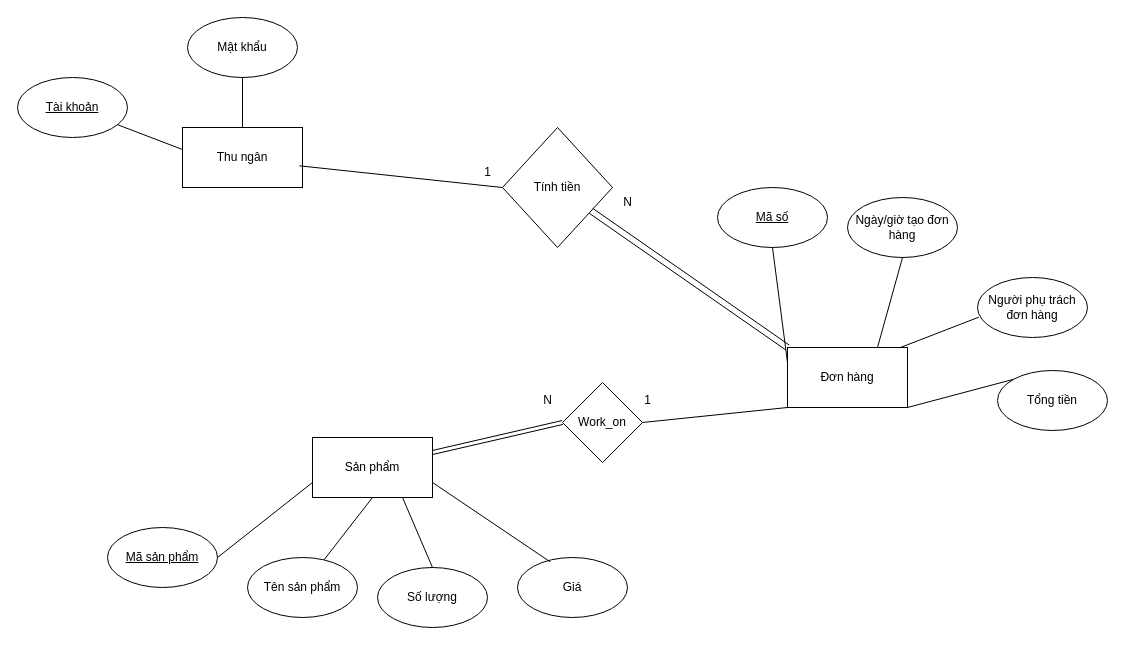
Earlier version of the draw.io diagram QuanLyNhaHang.drawio (bomnguyen1907/draw_database). Source tidied: cells renumbered, new cells numbered last; positions are measured from the earlier drawing's top-left corner, leaving out a move shared by most shapes. Both pictures are drawn from the tidied source at 100%, with x=0, y=0 at pixel (17, 17).
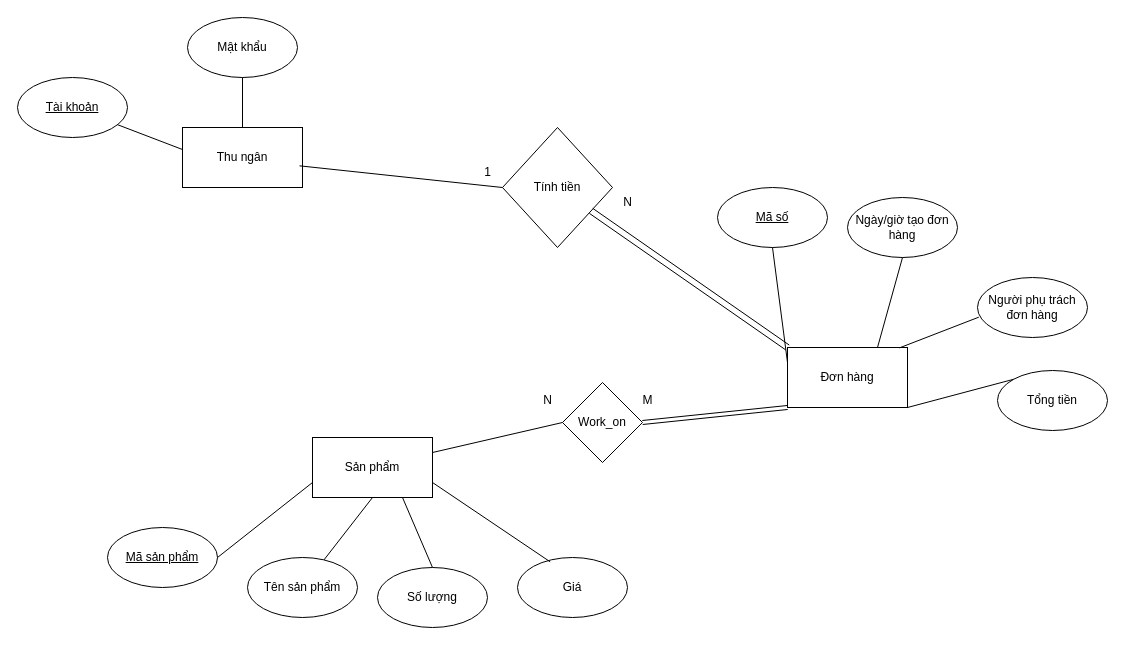
The same page after the edit.

Commit message (it also covers changes not shown here):
Cập nhật QuanLyNhaHang.drawio

The change refers to these unchanged cells:
```xml
<mxCell id="5" value="&lt;div&gt;Đơn hàng&lt;/div&gt;" style="rounded=0;whiteSpace=wrap;html=1;gradientColor=none;strokeColor=default;" parent="1" vertex="1">
  <mxGeometry x="770" y="330" width="120" height="60" as="geometry" />
</mxCell>
<mxCell id="11" value="Sản phẩm" style="rounded=0;whiteSpace=wrap;html=1;shadow=0;glass=0;strokeColor=default;strokeWidth=1;align=center;verticalAlign=middle;fontFamily=Helvetica;fontSize=12;fontColor=default;fillColor=default;" parent="1" vertex="1">
  <mxGeometry x="295" y="420" width="120" height="60" as="geometry" />
</mxCell>
<mxCell id="30" value="Work_on" style="rhombus;whiteSpace=wrap;html=1;shadow=0;glass=0;strokeColor=default;strokeWidth=1;align=center;verticalAlign=middle;fontFamily=Helvetica;fontSize=12;fontColor=default;fillColor=default;" parent="1" vertex="1">
  <mxGeometry x="545" y="365" width="80" height="80" as="geometry" />
</mxCell>
```

Change to the diagram source:
```diff
@@
-    <mxCell id="31" style="endArrow=none;html=1;rounded=0;fontFamily=Helvetica;fontSize=12;fontColor=default;shape=link;exitX=1;exitY=0.25;exitDx=0;exitDy=0;entryX=0;entryY=0.5;entryDx=0;entryDy=0;" parent="1" edge="1" source="11" target="30">
-      <mxGeometry relative="1" as="geometry" />
-    </mxCell>
-    <mxCell id="32" style="endArrow=none;html=1;rounded=0;fontFamily=Helvetica;fontSize=12;fontColor=default;exitX=1;exitY=0.5;exitDx=0;exitDy=0;entryX=0;entryY=1;entryDx=0;entryDy=0;" parent="1" edge="1" source="30" target="5">
+    <mxCell id="32" style="endArrow=none;html=1;rounded=0;fontFamily=Helvetica;fontSize=12;fontColor=default;exitX=1;exitY=0.5;exitDx=0;exitDy=0;entryX=0;entryY=1;entryDx=0;entryDy=0;shape=link;" parent="1" edge="1" source="30" target="5">
       <mxGeometry relative="1" as="geometry" />
     </mxCell>
-    <mxCell id="33" value="1" style="text;html=1;align=center;verticalAlign=middle;strokeColor=none;fillColor=none;fontFamily=Helvetica;fontSize=12;fontColor=default;" parent="1" vertex="1">
+    <mxCell id="33" value="M" style="text;html=1;align=center;verticalAlign=middle;strokeColor=none;fillColor=none;fontFamily=Helvetica;fontSize=12;fontColor=default;" parent="1" vertex="1">
       <mxGeometry x="615" y="368" width="30" height="30" as="geometry" />
     </mxCell>
@@
+    <mxCell id="31" style="endArrow=none;html=1;rounded=0;fontFamily=Helvetica;fontSize=12;fontColor=default;exitX=1;exitY=0.25;exitDx=0;exitDy=0;entryX=0;entryY=0.5;entryDx=0;entryDy=0;" parent="1" edge="1" source="11" target="30">
+      <mxGeometry relative="1" as="geometry" />
+    </mxCell>
```
